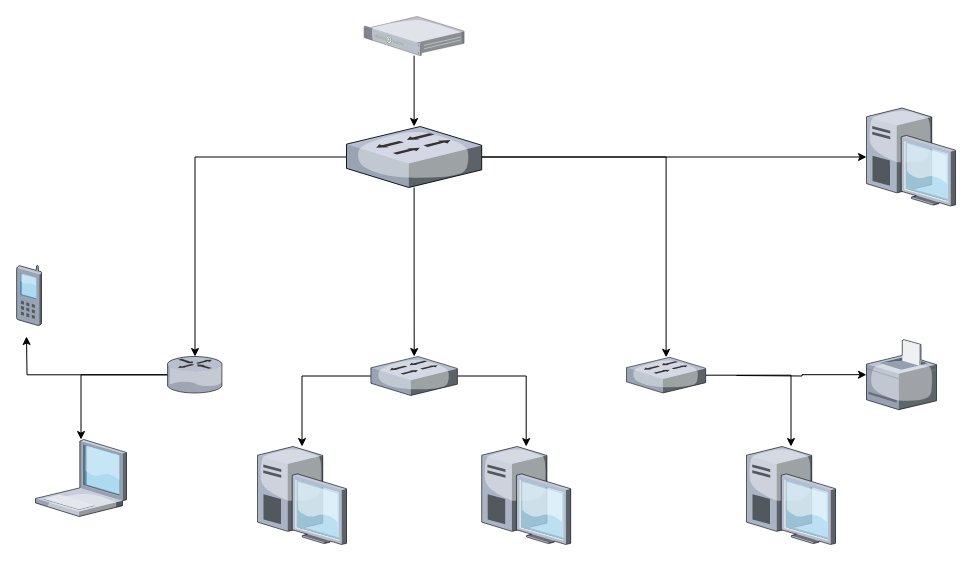
Before: 未命名绘图.drawio in kevinil/LuaPractice, a draw.io diagram. Source tidied: cells renumbered, new cells numbered last; positions are measured from the earlier drawing's top-left corner, leaving out a move shared by most shapes. Both pictures are drawn from the tidied source at 100%, with x=0, y=0 at pixel (16, 16).
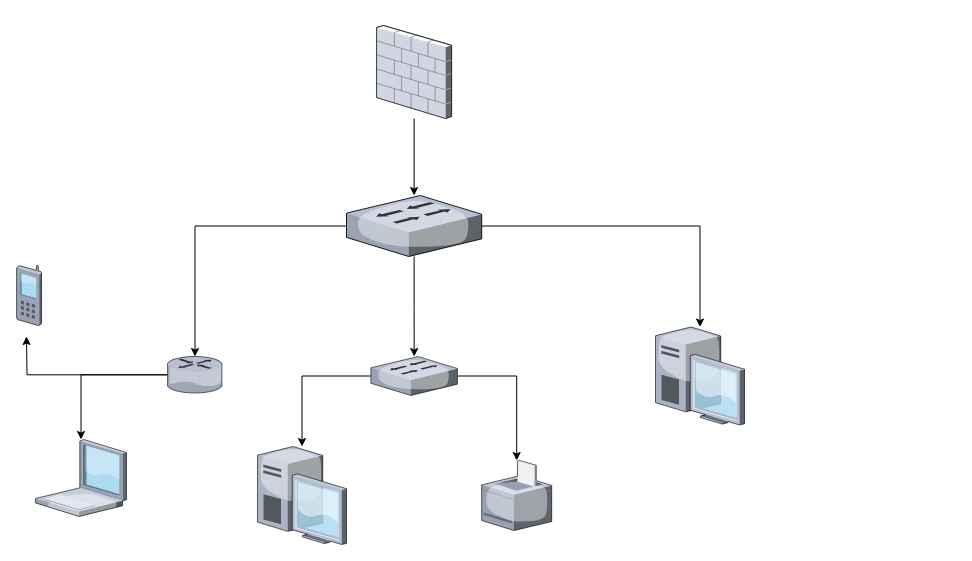
The same page after the edit.

The change refers to these unchanged cells:
```xml
<mxCell id="11" style="verticalLabelPosition=bottom;sketch=0;html=1;verticalAlign=top;strokeColor=none;align=center;outlineConnect=0;shape=mxgraph.citrix.switch;" parent="1" vertex="1">
  <mxGeometry x="354.4" y="340" width="86.5" height="39" as="geometry" />
</mxCell>
```

The edit, as a diff of the source:
```diff
@@
-    <mxCell id="2" style="verticalLabelPosition=bottom;sketch=0;html=1;verticalAlign=top;strokeColor=none;align=center;outlineConnect=0;shape=mxgraph.citrix.printer;" parent="1" vertex="1">
-      <mxGeometry x="850" y="323.2" width="70" height="70" as="geometry" />
-    </mxCell>
-    <mxCell id="3" style="edgeStyle=orthogonalEdgeStyle;rounded=0;jettySize=auto;html=1;" parent="1" edge="1" source="5" target="12">
-      <mxGeometry relative="1" as="geometry" />
-    </mxCell>
-    <mxCell id="4" style="edgeStyle=orthogonalEdgeStyle;rounded=0;jettySize=auto;html=1;" parent="1" edge="1" target="2">
-      <mxGeometry relative="1" as="geometry">
-        <mxPoint x="720" y="359" as="sourcePoint" />
-      </mxGeometry>
-    </mxCell>
-    <mxCell id="5" style="verticalLabelPosition=bottom;sketch=0;html=1;verticalAlign=top;strokeColor=none;align=center;outlineConnect=0;shape=mxgraph.citrix.switch;direction=east;" parent="1" vertex="1">
-      <mxGeometry x="610" y="340.8" width="79.2" height="35.7" as="geometry" />
-    </mxCell>
@@
-    <mxCell id="8" style="verticalLabelPosition=bottom;sketch=0;html=1;verticalAlign=top;strokeColor=none;align=center;outlineConnect=0;shape=mxgraph.citrix.desktop;" parent="1" vertex="1">
-      <mxGeometry x="465.2" y="430" width="89" height="98" as="geometry" />
-    </mxCell>
@@
-    <mxCell id="10" style="edgeStyle=orthogonalEdgeStyle;rounded=0;jettySize=auto;html=1;" parent="1" edge="1" source="11" target="8">
-      <mxGeometry relative="1" as="geometry" />
-    </mxCell>
+    <mxCell id="25" style="edgeStyle=orthogonalEdgeStyle;rounded=0;jettySize=auto;html=1;" parent="1" edge="1" source="11" target="28">
+      <mxGeometry relative="1" as="geometry" />
+    </mxCell>
@@
-    <mxCell id="12" style="verticalLabelPosition=bottom;sketch=0;html=1;verticalAlign=top;strokeColor=none;align=center;outlineConnect=0;shape=mxgraph.citrix.desktop;" parent="1" vertex="1">
-      <mxGeometry x="730" y="430" width="89" height="98" as="geometry" />
-    </mxCell>
@@
-    <mxCell id="18" style="edgeStyle=orthogonalEdgeStyle;rounded=0;jettySize=auto;html=1;" parent="1" edge="1" source="21" target="5">
-      <mxGeometry relative="1" as="geometry" />
-    </mxCell>
@@
     <mxCell id="21" style="verticalLabelPosition=bottom;sketch=0;html=1;verticalAlign=top;strokeColor=none;align=center;outlineConnect=0;shape=mxgraph.citrix.switch;" parent="1" vertex="1">
-      <mxGeometry x="330" y="110" width="135.2" height="61" as="geometry" />
+      <mxGeometry x="330" y="179" width="135.2" height="61" as="geometry" />
     </mxCell>
     <mxCell id="22" style="verticalLabelPosition=bottom;sketch=0;html=1;verticalAlign=top;strokeColor=none;align=center;outlineConnect=0;shape=mxgraph.citrix.desktop;" parent="1" vertex="1">
-      <mxGeometry x="850" y="91.5" width="89" height="98" as="geometry" />
+      <mxGeometry x="639" y="310.5" width="89" height="98" as="geometry" />
     </mxCell>
-    <mxCell id="23" style="edgeStyle=orthogonalEdgeStyle;rounded=0;jettySize=auto;html=1;" parent="1" edge="1" source="24" target="21">
-      <mxGeometry relative="1" as="geometry" />
-    </mxCell>
-    <mxCell id="24" style="verticalLabelPosition=bottom;sketch=0;html=1;verticalAlign=top;strokeColor=none;align=center;outlineConnect=0;shape=mxgraph.citrix.1u_2u_server;" parent="1" vertex="1">
-      <mxGeometry x="347.6" width="100" height="39.1" as="geometry" />
-    </mxCell>
+    <mxCell id="26" style="edgeStyle=orthogonalEdgeStyle;rounded=0;jettySize=auto;html=1;" parent="1" edge="1" source="27" target="21">
+      <mxGeometry relative="1" as="geometry" />
+    </mxCell>
+    <mxCell id="27" style="verticalLabelPosition=bottom;sketch=0;html=1;verticalAlign=top;strokeColor=none;align=center;outlineConnect=0;shape=mxgraph.citrix.firewall;" parent="1" vertex="1">
+      <mxGeometry x="360.1" y="9" width="75" height="93" as="geometry" />
+    </mxCell>
+    <mxCell id="28" style="verticalLabelPosition=bottom;sketch=0;html=1;verticalAlign=top;strokeColor=none;align=center;outlineConnect=0;shape=mxgraph.citrix.printer;" parent="1" vertex="1">
+      <mxGeometry x="465.2" y="444" width="70" height="70" as="geometry" />
+    </mxCell>
```
